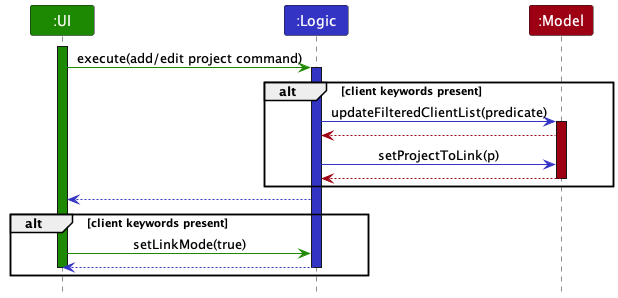
The PlantUML diagram docs/images/LinkingParsingSequenceDiagram.png in nus-cs2103-AY2223S2/tp, before a commit.
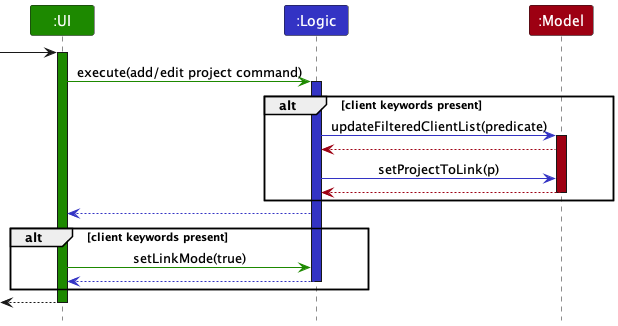
After the commit.

The edit, as a diff of the source:
```diff
@@ -5,6 +5,7 @@
 Participant ":Logic" as logic LOGIC_COLOR
 Participant ":Model" as model MODEL_COLOR
 
+[-> ui
 activate ui UI_COLOR
 
 ui -[UI_COLOR]> logic : execute(add/edit project command)
@@ -23,7 +24,9 @@
 ui-[UI_COLOR]> logic : setLinkMode(true)
 logic--[LOGIC_COLOR]> ui
 deactivate logic
-deactivate ui
 end
 
+[<-- ui
+deactivate ui
+
 @enduml
```
